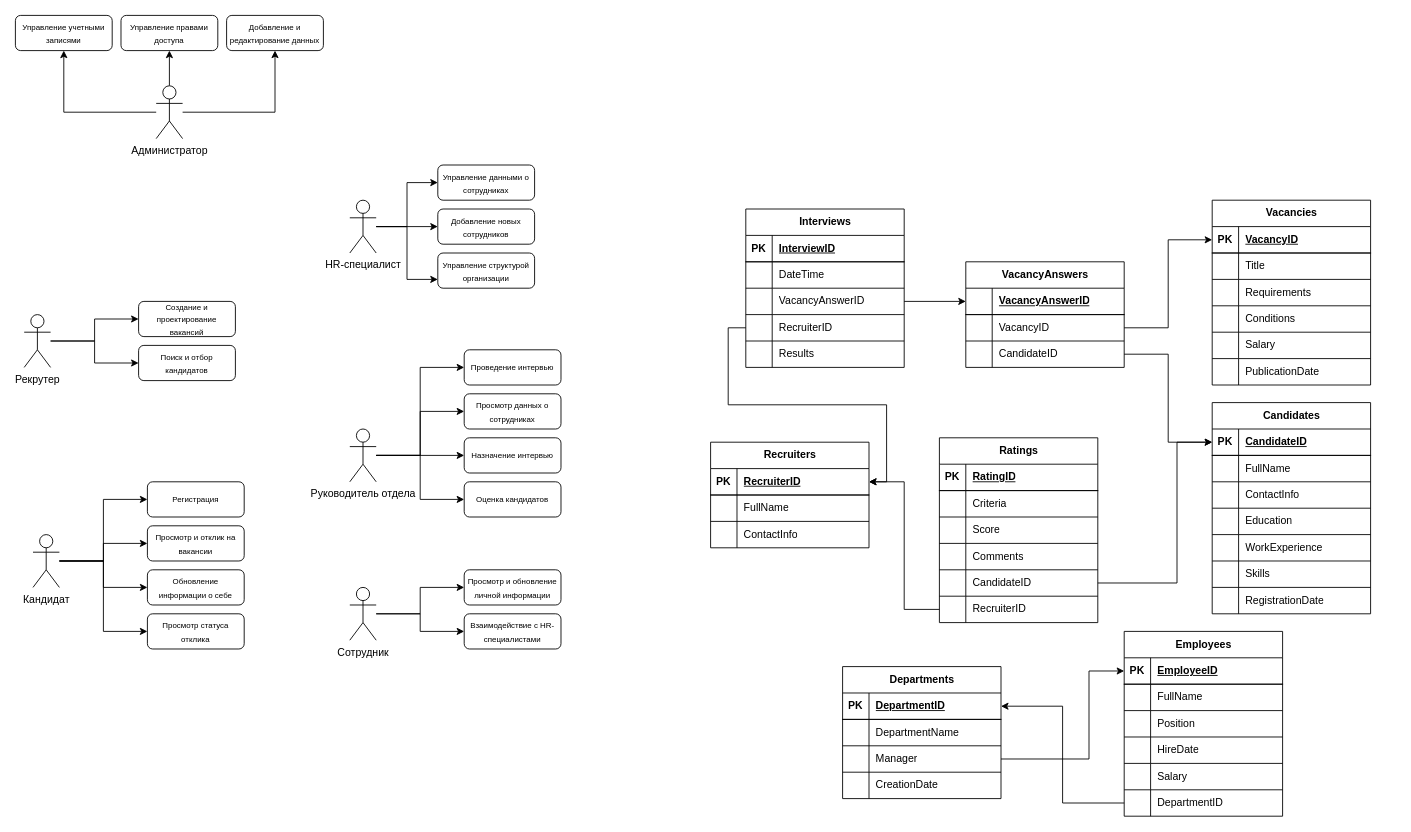
Before: ПиРДБИП/Lab1/UML.drawio in SaintDesire/Labs_3-2, a draw.io diagram. Source tidied: cells renumbered, new cells numbered last; positions are measured from the earlier drawing's top-left corner, leaving out a move shared by most shapes. Both pictures are drawn from the tidied source at 88%, with x=0, y=0 at pixel (15, 15).
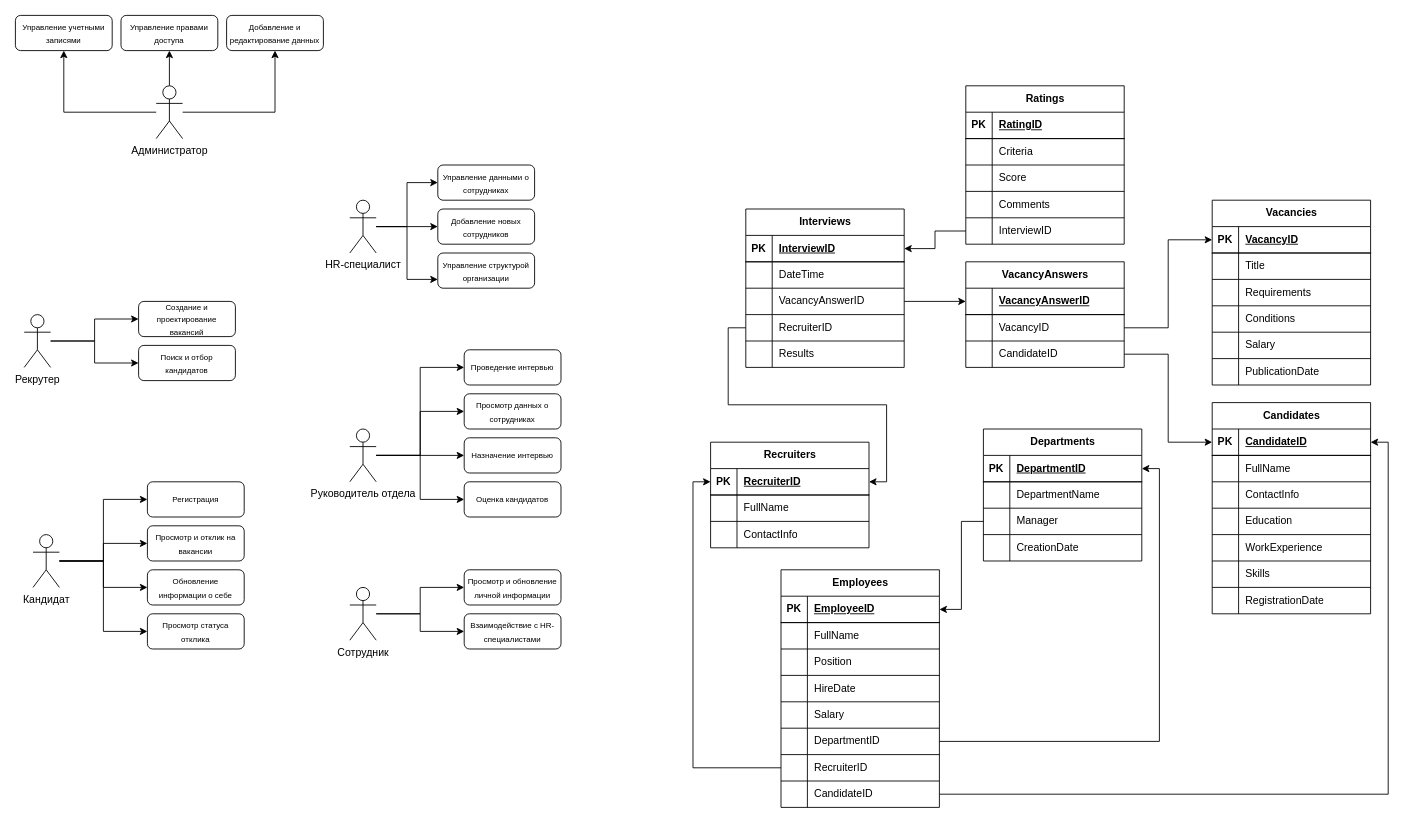
After the change.

Unchanged cells that the change refers to:
```xml
<mxCell id="31" style="shape=tableRow;horizontal=0;startSize=0;swimlaneHead=0;swimlaneBody=0;fillColor=none;points=[[0,0.5],[1,0.5]];portConstraint=eastwest;top=0;left=0;right=0;bottom=1;" parent="30" vertex="1">
  <mxGeometry y="30" width="180" height="30" as="geometry" />
</mxCell>
<mxCell id="72" style="shape=tableRow;horizontal=0;startSize=0;swimlaneHead=0;swimlaneBody=0;fillColor=none;points=[[0,0.5],[1,0.5]];portConstraint=eastwest;top=0;left=0;right=0;bottom=1;" parent="71" vertex="1">
  <mxGeometry y="30" width="180" height="30" as="geometry" />
</mxCell>
<mxCell id="87" style="shape=tableRow;horizontal=0;startSize=0;swimlaneHead=0;swimlaneBody=0;fillColor=none;points=[[0,0.5],[1,0.5]];portConstraint=eastwest;top=0;left=0;right=0;bottom=0;" parent="71" vertex="1">
  <mxGeometry y="180" width="180" height="30" as="geometry" />
</mxCell>
<mxCell id="97" style="shape=tableRow;horizontal=0;startSize=0;swimlaneHead=0;swimlaneBody=0;fillColor=none;points=[[0,0.5],[1,0.5]];portConstraint=eastwest;top=0;left=0;right=0;bottom=0;" parent="90" vertex="1">
  <mxGeometry y="90" width="180" height="30" as="geometry" />
</mxCell>
<mxCell id="104" style="shape=tableRow;horizontal=0;startSize=0;swimlaneHead=0;swimlaneBody=0;fillColor=none;points=[[0,0.5],[1,0.5]];portConstraint=eastwest;top=0;left=0;right=0;bottom=1;" parent="103" vertex="1">
  <mxGeometry y="30" width="180" height="30" as="geometry" />
</mxCell>
<mxCell id="132" style="shape=tableRow;horizontal=0;startSize=0;swimlaneHead=0;swimlaneBody=0;fillColor=none;points=[[0,0.5],[1,0.5]];portConstraint=eastwest;top=0;left=0;right=0;bottom=0;" parent="119" vertex="1">
  <mxGeometry y="150" width="180" height="30" as="geometry" />
</mxCell>
<mxCell id="139" style="shape=tableRow;horizontal=0;startSize=0;swimlaneHead=0;swimlaneBody=0;fillColor=none;points=[[0,0.5],[1,0.5]];portConstraint=eastwest;top=0;left=0;right=0;bottom=1;" parent="138" vertex="1">
  <mxGeometry y="30" width="180" height="30" as="geometry" />
</mxCell>
```

What changed in the source:
```diff
@@
     <mxCell id="71" value="Employees" style="shape=table;startSize=30;childLayout=tableLayout;rowLines=1;fontStyle=1;align=center;html=1;" parent="1" vertex="1">
-      <mxGeometry x="1260" y="700" width="180" height="210" as="geometry" />
+      <mxGeometry x="870" y="630" width="180" height="270" as="geometry" />
     </mxCell>
@@
-    <mxCell id="88" style="shape=partialRectangle;fillColor=none;top=0;left=0;bottom=0;right=0;overflow=hidden;whiteSpace=wrap;html=1;" parent="87" vertex="1">
+    <mxCell id="88" value="&lt;div&gt;&lt;br&gt;&lt;br&gt;&lt;/div&gt;" style="shape=partialRectangle;fillColor=none;top=0;left=0;bottom=0;right=0;overflow=hidden;whiteSpace=wrap;html=1;" parent="87" vertex="1">
       <mxGeometry width="30" height="30" as="geometry" />
     </mxCell>
@@
+    <mxCell id="180" style="shape=tableRow;horizontal=0;startSize=0;swimlaneHead=0;swimlaneBody=0;fillColor=none;points=[[0,0.5],[1,0.5]];portConstraint=eastwest;top=0;left=0;right=0;bottom=0;" parent="71" vertex="1">
+      <mxGeometry y="210" width="180" height="30" as="geometry" />
+    </mxCell>
+    <mxCell id="181" value="&lt;div&gt;&lt;br&gt;&lt;br&gt;&lt;/div&gt;" style="shape=partialRectangle;fillColor=none;top=0;left=0;bottom=0;right=0;overflow=hidden;whiteSpace=wrap;html=1;" parent="180" vertex="1">
+      <mxGeometry width="30" height="30" as="geometry" />
+    </mxCell>
+    <mxCell id="137" value="RecruiterID" style="shape=partialRectangle;fillColor=none;top=0;left=0;bottom=0;right=0;align=left;spacingLeft=6;overflow=hidden;whiteSpace=wrap;html=1;" parent="180" vertex="1">
+      <mxGeometry x="30" width="150" height="30" as="geometry" />
+    </mxCell>
+    <mxCell id="182" style="shape=tableRow;horizontal=0;startSize=0;swimlaneHead=0;swimlaneBody=0;fillColor=none;points=[[0,0.5],[1,0.5]];portConstraint=eastwest;top=0;left=0;right=0;bottom=0;" parent="71" vertex="1">
+      <mxGeometry y="240" width="180" height="30" as="geometry" />
+    </mxCell>
+    <mxCell id="183" value="&lt;div&gt;&lt;br&gt;&lt;br&gt;&lt;/div&gt;" style="shape=partialRectangle;fillColor=none;top=0;left=0;bottom=0;right=0;overflow=hidden;whiteSpace=wrap;html=1;" parent="182" vertex="1">
+      <mxGeometry width="30" height="30" as="geometry" />
+    </mxCell>
+    <mxCell id="184" value="CandidateID" style="shape=partialRectangle;fillColor=none;top=0;left=0;bottom=0;right=0;align=left;spacingLeft=6;overflow=hidden;whiteSpace=wrap;html=1;" parent="182" vertex="1">
+      <mxGeometry x="30" width="150" height="30" as="geometry" />
+    </mxCell>
     <mxCell id="90" value="Departments" style="shape=table;startSize=30;childLayout=tableLayout;rowLines=1;fontStyle=1;align=center;html=1;" parent="1" vertex="1">
-      <mxGeometry x="940" y="740" width="180" height="150" as="geometry" />
+      <mxGeometry x="1100" y="470" width="180" height="150" as="geometry" />
     </mxCell>
@@
     <mxCell id="119" value="Ratings" style="shape=table;startSize=30;childLayout=tableLayout;rowLines=1;fontStyle=1;align=center;html=1;" parent="1" vertex="1">
-      <mxGeometry x="1050" y="480" width="180" height="210" as="geometry" />
+      <mxGeometry x="1080" y="80" width="180" height="180" as="geometry" />
     </mxCell>
@@
-    <mxCell id="134" value="CandidateID" style="shape=partialRectangle;fillColor=none;top=0;left=0;bottom=0;right=0;align=left;spacingLeft=6;overflow=hidden;whiteSpace=wrap;html=1;" parent="132" vertex="1">
+    <mxCell id="134" value="InterviewID" style="shape=partialRectangle;fillColor=none;top=0;left=0;bottom=0;right=0;align=left;spacingLeft=6;overflow=hidden;whiteSpace=wrap;html=1;" parent="132" vertex="1">
       <mxGeometry x="30" width="150" height="30" as="geometry" />
     </mxCell>
-    <mxCell id="135" style="shape=tableRow;horizontal=0;startSize=0;swimlaneHead=0;swimlaneBody=0;fillColor=none;points=[[0,0.5],[1,0.5]];portConstraint=eastwest;top=0;left=0;right=0;bottom=0;" parent="119" vertex="1">
-      <mxGeometry y="180" width="180" height="30" as="geometry" />
-    </mxCell>
-    <mxCell id="136" style="shape=partialRectangle;fillColor=none;top=0;left=0;bottom=0;right=0;overflow=hidden;whiteSpace=wrap;html=1;" parent="135" vertex="1">
-      <mxGeometry width="30" height="30" as="geometry" />
-    </mxCell>
-    <mxCell id="137" value="RecruiterID" style="shape=partialRectangle;fillColor=none;top=0;left=0;bottom=0;right=0;align=left;spacingLeft=6;overflow=hidden;whiteSpace=wrap;html=1;" parent="135" vertex="1">
-      <mxGeometry x="30" width="150" height="30" as="geometry" />
-    </mxCell>
@@
-    <mxCell id="148" style="edgeStyle=orthogonalEdgeStyle;rounded=0;jettySize=auto;html=1;entryX=0;entryY=0.5;entryDx=0;entryDy=0;" parent="1" edge="1" source="132" target="31">
-      <mxGeometry relative="1" as="geometry">
-        <Array as="points">
-          <mxPoint x="1320" y="645" />
-          <mxPoint x="1320" y="485" />
-        </Array>
-      </mxGeometry>
-    </mxCell>
-    <mxCell id="149" style="edgeStyle=orthogonalEdgeStyle;rounded=0;jettySize=auto;html=1;entryX=1;entryY=0.5;entryDx=0;entryDy=0;" parent="1" edge="1" source="135" target="139">
-      <mxGeometry relative="1" as="geometry" />
-    </mxCell>
@@
-    <mxCell id="152" style="edgeStyle=orthogonalEdgeStyle;rounded=0;jettySize=auto;html=1;entryX=0;entryY=0.5;entryDx=0;entryDy=0;" parent="1" edge="1" source="97" target="72">
-      <mxGeometry relative="1" as="geometry">
-        <Array as="points">
-          <mxPoint x="1220" y="845" />
-          <mxPoint x="1220" y="745" />
-        </Array>
-      </mxGeometry>
-    </mxCell>
@@
+    <mxCell id="185" style="edgeStyle=orthogonalEdgeStyle;rounded=0;jettySize=auto;html=1;entryX=0;entryY=0.5;entryDx=0;entryDy=0;" parent="1" edge="1" source="180" target="139">
+      <mxGeometry relative="1" as="geometry" />
+    </mxCell>
+    <mxCell id="186" style="edgeStyle=orthogonalEdgeStyle;rounded=0;jettySize=auto;html=1;entryX=1;entryY=0.5;entryDx=0;entryDy=0;" parent="1" edge="1" source="182" target="31">
+      <mxGeometry relative="1" as="geometry" />
+    </mxCell>
+    <mxCell id="187" style="edgeStyle=orthogonalEdgeStyle;rounded=0;jettySize=auto;html=1;entryX=1;entryY=0.5;entryDx=0;entryDy=0;" parent="1" edge="1" source="132" target="104">
+      <mxGeometry relative="1" as="geometry" />
+    </mxCell>
+    <mxCell id="152" style="edgeStyle=orthogonalEdgeStyle;rounded=0;jettySize=auto;html=1;entryX=1;entryY=0.5;entryDx=0;entryDy=0;" parent="1" edge="1" source="97" target="72">
+      <mxGeometry relative="1" as="geometry" />
+    </mxCell>
```
